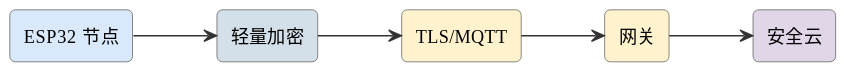
mingyi0818/IntelligentMcuCourse keeps this PlantUML diagram as assets/diagrams/ideas-fig113.svg. Above is the earlier version. Source of this version:
```plantuml
@startuml
skinparam defaultFontName "Microsoft YaHei"
skinparam rectangleRoundCorner 8
skinparam rectangleBorderColor #555
skinparam rectangleFontSize 13
skinparam arrowFontSize 11
skinparam arrowColor #333
left to right direction
rectangle "ESP32 节点" as node #dae8fc
rectangle "轻量加密" as enc #d3e0ea
rectangle "TLS/MQTT" as tls #fff2cc
rectangle "网关" as gw #fff2cc
rectangle "安全云" as cloud #e1d5e8
node --> enc
enc --> tls
tls --> gw
gw --> cloud
@enduml
```
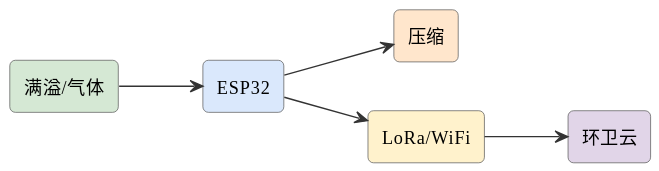
Above is the later version.

What changed in the source:
```diff
@@ -6,13 +6,13 @@
 skinparam arrowFontSize 11
 skinparam arrowColor #333
 left to right direction
-rectangle "ESP32 节点" as node #dae8fc
-rectangle "轻量加密" as enc #d3e0ea
-rectangle "TLS/MQTT" as tls #fff2cc
-rectangle "网关" as gw #fff2cc
-rectangle "安全云" as cloud #e1d5e8
-node --> enc
-enc --> tls
-tls --> gw
-gw --> cloud
+rectangle "满溢/气体" as fill #d5e8d4
+rectangle "ESP32" as esp #dae8fc
+rectangle "压缩" as comp #ffe6cc
+rectangle "LoRa/WiFi" as lora #fff2cc
+rectangle "环卫云" as cloud #e1d5e8
+fill --> esp
+esp --> comp
+esp --> lora
+lora --> cloud
 @enduml
```
